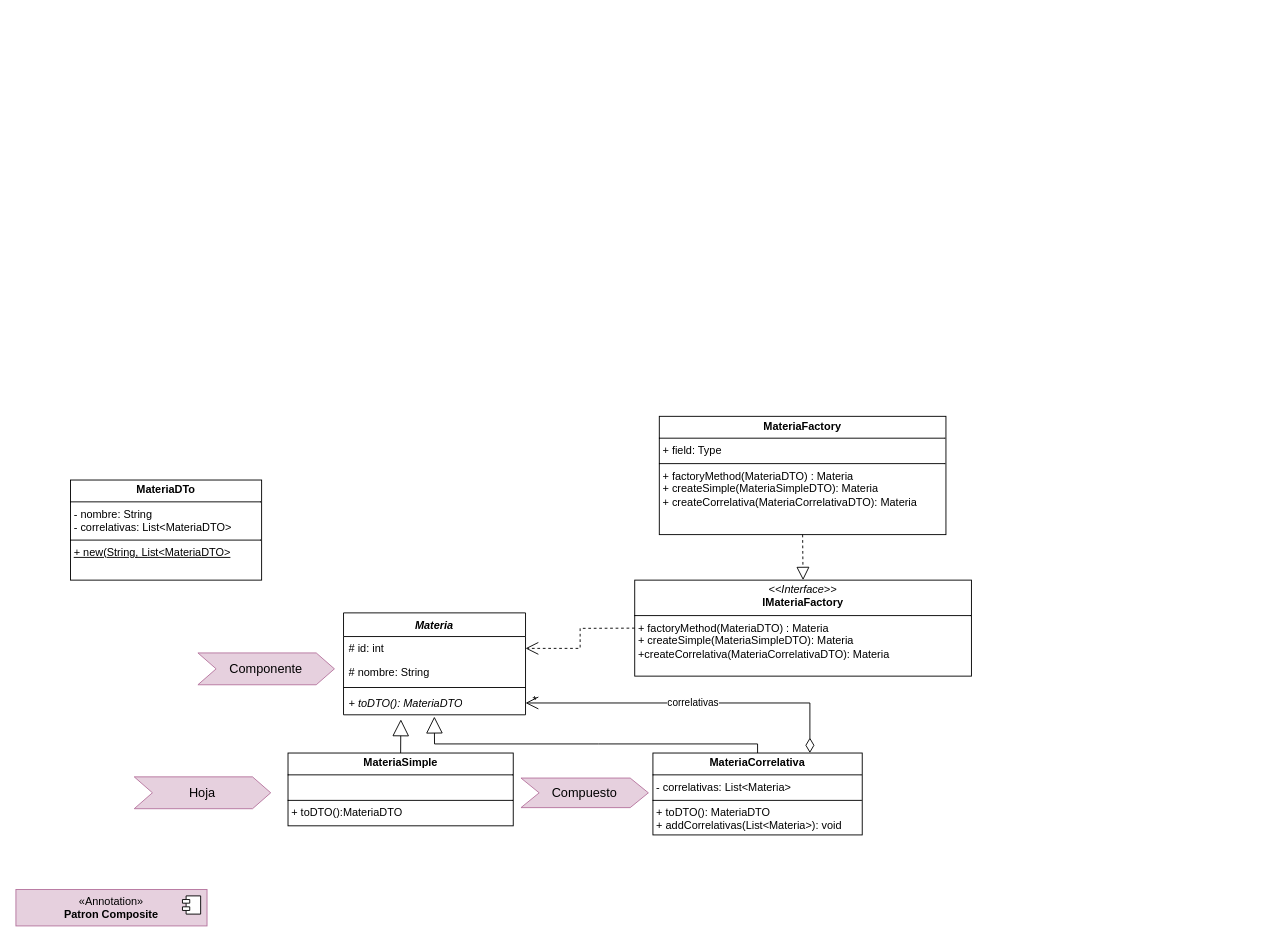
tomasmendoza-unq/Tempus keeps this draw.io diagram as Diagramas/Tempus-MER.drawio. Above is the earlier version. Source tidied: cells renumbered, new cells numbered last; positions are measured from the earlier drawing's top-left corner, leaving out a move shared by most shapes. Both pictures are drawn from the tidied source at 91%, with x=0, y=0 at pixel (15, 416).
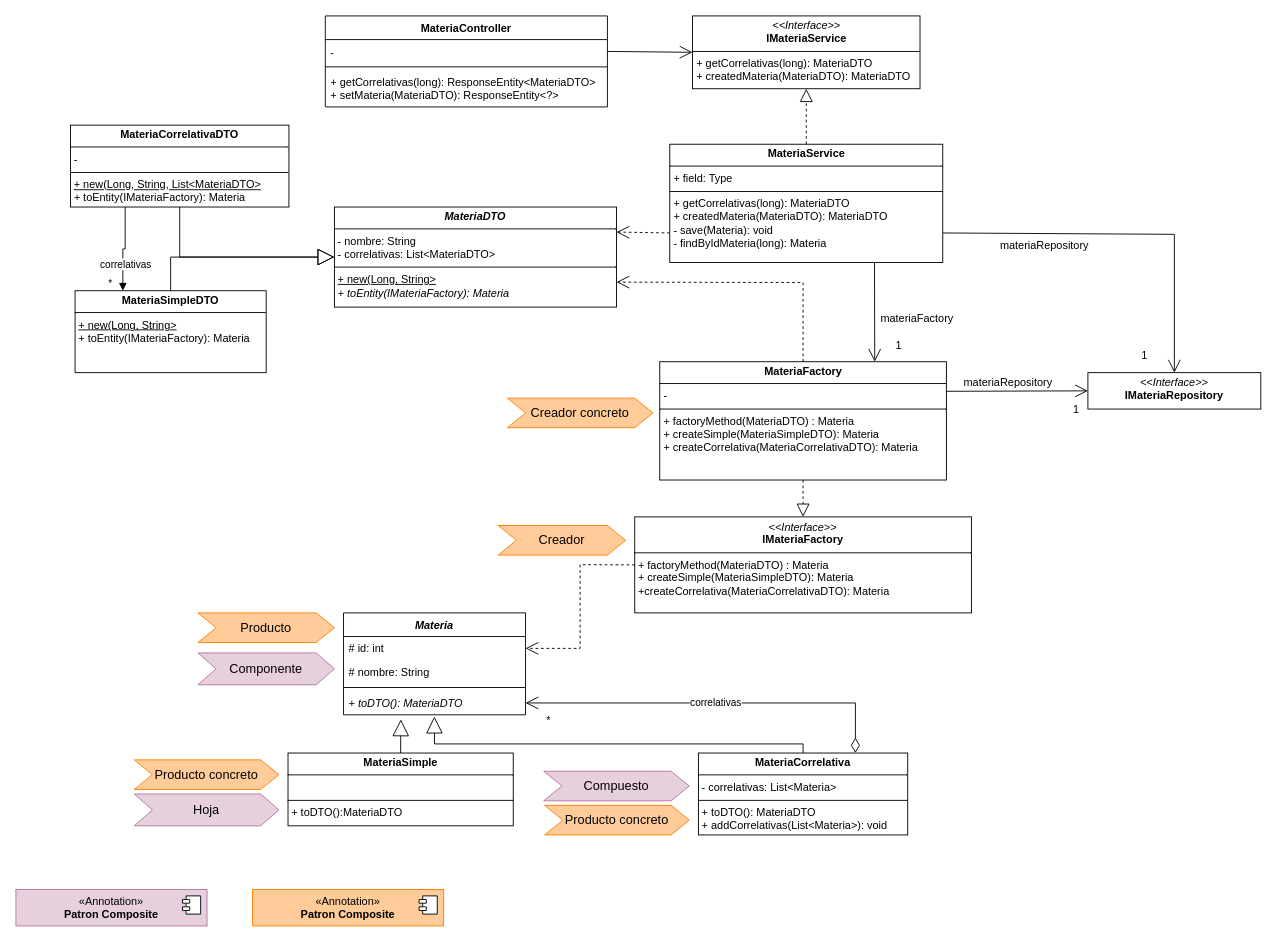
The same page after the edit.

Unchanged cells that the change refers to:
```xml
<mxCell id="12" value="# id: int" style="text;strokeColor=none;fillColor=none;align=left;verticalAlign=top;spacingLeft=4;spacingRight=4;overflow=hidden;points=[[0,0.5],[1,0.5]];portConstraint=eastwest;whiteSpace=wrap;html=1;" parent="11" vertex="1">
  <mxGeometry y="26" width="200" height="26" as="geometry" />
</mxCell>
<mxCell id="15" value="&lt;i&gt;+ toDTO(): MateriaDTO&lt;/i&gt;" style="text;strokeColor=none;fillColor=none;align=left;verticalAlign=top;spacingLeft=4;spacingRight=4;overflow=hidden;points=[[0,0.5],[1,0.5]];portConstraint=eastwest;whiteSpace=wrap;html=1;" parent="11" vertex="1">
  <mxGeometry y="86" width="200" height="26" as="geometry" />
</mxCell>
```

The edit, as a diff of the source:
```diff
@@
     <mxCell id="2" value="&lt;p style=&quot;margin:0px;margin-top:4px;text-align:center;&quot;&gt;&lt;b&gt;MateriaCorrelativa&lt;/b&gt;&lt;/p&gt;&lt;hr size=&quot;1&quot; style=&quot;border-style:solid;&quot;&gt;&lt;p style=&quot;margin:0px;margin-left:4px;&quot;&gt;- correlativas:&amp;nbsp;&lt;span style=&quot;background-color: transparent; color: light-dark(rgb(0, 0, 0), rgb(255, 255, 255));&quot;&gt;List&amp;lt;Materia&amp;gt;&lt;/span&gt;&lt;/p&gt;&lt;hr size=&quot;1&quot; style=&quot;border-style:solid;&quot;&gt;&lt;p style=&quot;margin:0px;margin-left:4px;&quot;&gt;+ toDTO(): MateriaDTO&lt;/p&gt;&lt;p style=&quot;margin:0px;margin-left:4px;&quot;&gt;+&amp;nbsp;addCorrelativas(List&amp;lt;Materia&amp;gt;): void&lt;/p&gt;" style="verticalAlign=top;align=left;overflow=fill;html=1;whiteSpace=wrap;" parent="1" vertex="1">
-      <mxGeometry x="700" y="370" width="230" height="90" as="geometry" />
+      <mxGeometry x="750" y="370" width="230" height="90" as="geometry" />
     </mxCell>
@@
     <mxCell id="5" value="*" style="text;html=1;align=center;verticalAlign=middle;strokeColor=none;fillColor=none;" parent="1" vertex="1">
-      <mxGeometry x="555" y="298" width="30" height="30" as="geometry" />
+      <mxGeometry x="570" y="320" width="30" height="30" as="geometry" />
     </mxCell>
@@
     <mxCell id="9" value="Hoja" style="html=1;shape=mxgraph.infographic.ribbonSimple;notch1=20;notch2=20;align=center;verticalAlign=middle;fontSize=14;fontStyle=0;fillColor=#E6D0DE;whiteSpace=wrap;strokeColor=#B5739D;" parent="1" vertex="1">
-      <mxGeometry x="130" y="396.2" width="150" height="35" as="geometry" />
+      <mxGeometry x="130" y="415" width="159" height="35" as="geometry" />
     </mxCell>
     <mxCell id="10" value="Compuesto" style="html=1;shape=mxgraph.infographic.ribbonSimple;notch1=20;notch2=20;align=center;verticalAlign=middle;fontSize=14;fontStyle=0;fillColor=#E6D0DE;whiteSpace=wrap;strokeColor=#B5739D;" parent="1" vertex="1">
-      <mxGeometry x="555" y="397.5" width="140" height="32.5" as="geometry" />
+      <mxGeometry x="580" y="390" width="160" height="32.5" as="geometry" />
     </mxCell>
@@
     <mxCell id="17" style="endArrow=block;endSize=16;endFill=0;html=1;rounded=0;exitX=0.5;exitY=0;exitDx=0;exitDy=0;entryX=0.499;entryY=1.075;entryDx=0;entryDy=0;entryPerimeter=0;" parent="1" edge="1" source="2" target="15">
       <mxGeometry relative="1" as="geometry">
         <Array as="points">
-          <mxPoint x="815" y="360" />
+          <mxPoint x="865" y="360" />
           <mxPoint x="640" y="360" />
           <mxPoint x="460" y="360" />
         </Array>
       </mxGeometry>
     </mxCell>
-    <mxCell id="18" value="&lt;p style=&quot;margin:0px;margin-top:4px;text-align:center;&quot;&gt;&lt;b&gt;MateriaDTo&lt;/b&gt;&lt;/p&gt;&lt;hr size=&quot;1&quot; style=&quot;border-style:solid;&quot;&gt;&lt;p style=&quot;margin:0px;margin-left:4px;&quot;&gt;- nombre: String&lt;/p&gt;&lt;p style=&quot;margin:0px;margin-left:4px;&quot;&gt;- correlativas: List&amp;lt;MateriaDTO&amp;gt;&lt;/p&gt;&lt;hr size=&quot;1&quot; style=&quot;border-style:solid;&quot;&gt;&lt;p style=&quot;margin:0px;margin-left:4px;&quot;&gt;&lt;u&gt;+ new(String, List&amp;lt;MateriaDTO&amp;gt;&lt;/u&gt;&lt;/p&gt;" style="verticalAlign=top;align=left;overflow=fill;html=1;whiteSpace=wrap;" parent="1" vertex="1">
-      <mxGeometry x="60" y="70" width="210" height="110" as="geometry" />
+    <mxCell id="18" value="&lt;p style=&quot;margin:0px;margin-top:4px;text-align:center;&quot;&gt;&lt;b&gt;&lt;i&gt;MateriaDTO&lt;/i&gt;&lt;/b&gt;&lt;/p&gt;&lt;hr size=&quot;1&quot; style=&quot;border-style:solid;&quot;&gt;&lt;p style=&quot;margin:0px;margin-left:4px;&quot;&gt;- nombre: String&lt;/p&gt;&lt;p style=&quot;margin:0px;margin-left:4px;&quot;&gt;- correlativas: List&amp;lt;MateriaDTO&amp;gt;&lt;/p&gt;&lt;hr size=&quot;1&quot; style=&quot;border-style:solid;&quot;&gt;&lt;p style=&quot;margin:0px;margin-left:4px;&quot;&gt;&lt;u&gt;+ new(Long, String&amp;gt;&lt;/u&gt;&lt;/p&gt;&lt;p style=&quot;margin:0px;margin-left:4px;&quot;&gt;&lt;i&gt;+&amp;nbsp;&lt;span style=&quot;background-color: transparent;&quot;&gt;toEntity(IMateriaFactory): Materia&lt;/span&gt;&lt;/i&gt;&lt;/p&gt;" style="verticalAlign=top;align=left;overflow=fill;html=1;whiteSpace=wrap;" parent="1" vertex="1">
+      <mxGeometry x="350" y="-230" width="310" height="110" as="geometry" />
     </mxCell>
     <mxCell id="19" value="&lt;p style=&quot;margin:0px;margin-top:4px;text-align:center;&quot;&gt;&lt;i&gt;&amp;lt;&amp;lt;Interface&amp;gt;&amp;gt;&lt;/i&gt;&lt;br&gt;&lt;b&gt;IMateriaFactory&lt;/b&gt;&lt;/p&gt;&lt;hr size=&quot;1&quot; style=&quot;border-style:solid;&quot;&gt;&lt;p style=&quot;margin:0px;margin-left:4px;&quot;&gt;+ factoryMethod(MateriaDTO) : Materia&lt;/p&gt;&lt;p style=&quot;margin:0px;margin-left:4px;&quot;&gt;+ createSimple(MateriaSimpleDTO):&amp;nbsp;Materia&lt;/p&gt;&lt;p style=&quot;margin:0px;margin-left:4px;&quot;&gt;+createCorrelativa(MateriaCorrelativaDTO): Materia&lt;/p&gt;" style="verticalAlign=top;align=left;overflow=fill;html=1;whiteSpace=wrap;" parent="1" vertex="1">
-      <mxGeometry x="680" y="180" width="370" height="105.5" as="geometry" />
+      <mxGeometry x="680" y="110.5" width="370" height="105.5" as="geometry" />
     </mxCell>
     <mxCell id="20" style="endArrow=open;endSize=12;dashed=1;html=1;rounded=0;exitX=0;exitY=0.5;exitDx=0;exitDy=0;entryX=1;entryY=0.5;entryDx=0;entryDy=0;" parent="1" edge="1" source="19" target="12">
       <mxGeometry relative="1" as="geometry">
         <Array as="points">
+          <mxPoint x="620" y="163" />
           <mxPoint x="620" y="233" />
           <mxPoint x="620" y="255" />
         </Array>
       </mxGeometry>
     </mxCell>
-    <mxCell id="21" value="&lt;p style=&quot;margin:0px;margin-top:4px;text-align:center;&quot;&gt;&lt;b&gt;MateriaFactory&lt;/b&gt;&lt;/p&gt;&lt;hr size=&quot;1&quot; style=&quot;border-style:solid;&quot;&gt;&lt;p style=&quot;margin:0px;margin-left:4px;&quot;&gt;+ field: Type&lt;/p&gt;&lt;hr size=&quot;1&quot; style=&quot;border-style:solid;&quot;&gt;&lt;p style=&quot;margin:0px;margin-left:4px;&quot;&gt;+ &lt;span style=&quot;background-color: transparent; color: light-dark(rgb(0, 0, 0), rgb(255, 255, 255));&quot;&gt;factoryMethod(MateriaDTO) : Materia&lt;/span&gt;&lt;/p&gt;&lt;p style=&quot;margin: 0px 0px 0px 4px;&quot;&gt;+ createSimple(MateriaSimpleDTO):&amp;nbsp;Materia&lt;/p&gt;&lt;p style=&quot;margin: 0px 0px 0px 4px;&quot;&gt;+ createCorrelativa(MateriaCorrelativaDTO): Materia&lt;/p&gt;" style="verticalAlign=top;align=left;overflow=fill;html=1;whiteSpace=wrap;" parent="1" vertex="1">
-      <mxGeometry x="707" width="315" height="130" as="geometry" />
+    <mxCell id="21" value="&lt;p style=&quot;margin:0px;margin-top:4px;text-align:center;&quot;&gt;&lt;b&gt;MateriaFactory&lt;/b&gt;&lt;/p&gt;&lt;hr size=&quot;1&quot; style=&quot;border-style:solid;&quot;&gt;&lt;p style=&quot;margin:0px;margin-left:4px;&quot;&gt;-&lt;/p&gt;&lt;hr size=&quot;1&quot; style=&quot;border-style:solid;&quot;&gt;&lt;p style=&quot;margin:0px;margin-left:4px;&quot;&gt;+ &lt;span style=&quot;background-color: transparent; color: light-dark(rgb(0, 0, 0), rgb(255, 255, 255));&quot;&gt;factoryMethod(MateriaDTO) : Materia&lt;/span&gt;&lt;/p&gt;&lt;p style=&quot;margin: 0px 0px 0px 4px;&quot;&gt;+ createSimple(MateriaSimpleDTO):&amp;nbsp;Materia&lt;/p&gt;&lt;p style=&quot;margin: 0px 0px 0px 4px;&quot;&gt;+ createCorrelativa(MateriaCorrelativaDTO): Materia&lt;/p&gt;" style="verticalAlign=top;align=left;overflow=fill;html=1;whiteSpace=wrap;" parent="1" vertex="1">
+      <mxGeometry x="707.5" y="-60" width="315" height="130" as="geometry" />
     </mxCell>
@@
+    <mxCell id="23" value="«Annotation»&lt;br&gt;&lt;b&gt;Patron Composite&lt;/b&gt;" style="html=1;whiteSpace=wrap;fillColor=#FFCC99;strokeColor=#FF8000;" parent="1" vertex="1">
+      <mxGeometry x="260" y="520" width="210" height="40" as="geometry" />
+    </mxCell>
+    <mxCell id="24" style="shape=module;jettyWidth=8;jettyHeight=4;" parent="23" vertex="1">
+      <mxGeometry x="1" width="20" height="20" relative="1" as="geometry">
+        <mxPoint x="-27" y="7" as="offset" />
+      </mxGeometry>
+    </mxCell>
+    <mxCell id="25" value="Creador" style="html=1;shape=mxgraph.infographic.ribbonSimple;notch1=20;notch2=20;align=center;verticalAlign=middle;fontSize=14;fontStyle=0;fillColor=#FFCC99;whiteSpace=wrap;strokeColor=#FF8000;" parent="1" vertex="1">
+      <mxGeometry x="530" y="120" width="140" height="32.5" as="geometry" />
+    </mxCell>
+    <mxCell id="26" value="Creador concreto" style="html=1;shape=mxgraph.infographic.ribbonSimple;notch1=20;notch2=20;align=center;verticalAlign=middle;fontSize=14;fontStyle=0;fillColor=#FFCC99;whiteSpace=wrap;strokeColor=#FF8000;" parent="1" vertex="1">
+      <mxGeometry x="540" y="-20" width="160" height="32.5" as="geometry" />
+    </mxCell>
+    <mxCell id="27" value="Producto" style="html=1;shape=mxgraph.infographic.ribbonSimple;notch1=20;notch2=20;align=center;verticalAlign=middle;fontSize=14;fontStyle=0;fillColor=#FFCC99;whiteSpace=wrap;strokeColor=#FF8000;" parent="1" vertex="1">
+      <mxGeometry x="200" y="216" width="150" height="32.5" as="geometry" />
+    </mxCell>
+    <mxCell id="28" value="Producto concreto" style="html=1;shape=mxgraph.infographic.ribbonSimple;notch1=20;notch2=20;align=center;verticalAlign=middle;fontSize=14;fontStyle=0;fillColor=#FFCC99;whiteSpace=wrap;strokeColor=#FF8000;" parent="1" vertex="1">
+      <mxGeometry x="130" y="377.5" width="159" height="32.5" as="geometry" />
+    </mxCell>
+    <mxCell id="29" value="Producto concreto" style="html=1;shape=mxgraph.infographic.ribbonSimple;notch1=20;notch2=20;align=center;verticalAlign=middle;fontSize=14;fontStyle=0;fillColor=#FFCC99;whiteSpace=wrap;strokeColor=#FF8000;" parent="1" vertex="1">
+      <mxGeometry x="581" y="427.5" width="159" height="32.5" as="geometry" />
+    </mxCell>
+    <mxCell id="30" value="&lt;p style=&quot;margin:0px;margin-top:4px;text-align:center;&quot;&gt;&lt;i&gt;&amp;lt;&amp;lt;Interface&amp;gt;&amp;gt;&lt;/i&gt;&lt;br&gt;&lt;b&gt;IMateriaRepository&lt;/b&gt;&lt;/p&gt;&lt;p style=&quot;margin:0px;margin-left:4px;&quot;&gt;&lt;br&gt;&lt;/p&gt;" style="verticalAlign=top;align=left;overflow=fill;html=1;whiteSpace=wrap;" parent="1" vertex="1">
+      <mxGeometry x="1178" y="-48" width="190" height="40" as="geometry" />
+    </mxCell>
+    <mxCell id="31" style="endArrow=open;endFill=1;endSize=12;html=1;rounded=0;exitX=1;exitY=0.25;exitDx=0;exitDy=0;entryX=0;entryY=0.5;entryDx=0;entryDy=0;" parent="1" edge="1" source="21" target="30">
+      <mxGeometry relative="1" as="geometry" />
+    </mxCell>
+    <mxCell id="32" value="1" style="text;html=1;align=center;verticalAlign=middle;strokeColor=none;fillColor=none;" parent="1" vertex="1">
+      <mxGeometry x="1150" y="-22" width="30" height="30" as="geometry" />
+    </mxCell>
+    <mxCell id="33" value="materiaRepository" style="text;html=1;align=center;verticalAlign=middle;strokeColor=none;fillColor=none;" parent="1" vertex="1">
+      <mxGeometry x="1030" y="-52" width="120" height="30" as="geometry" />
+    </mxCell>
+    <mxCell id="34" value="&lt;p style=&quot;margin:0px;margin-top:4px;text-align:center;&quot;&gt;&lt;i&gt;&amp;lt;&amp;lt;Interface&amp;gt;&amp;gt;&lt;/i&gt;&lt;br&gt;&lt;b&gt;IMateriaService&lt;/b&gt;&lt;/p&gt;&lt;hr size=&quot;1&quot; style=&quot;border-style:solid;&quot;&gt;&lt;p style=&quot;margin:0px;margin-left:4px;&quot;&gt;+ getCorrelativas(long):&amp;nbsp;MateriaDTO&lt;/p&gt;&lt;p style=&quot;margin:0px;margin-left:4px;&quot;&gt;+&amp;nbsp;createdMateria(MateriaDTO):&amp;nbsp;MateriaDTO&lt;/p&gt;" style="verticalAlign=top;align=left;overflow=fill;html=1;whiteSpace=wrap;" parent="1" vertex="1">
+      <mxGeometry x="743.5" y="-440" width="250" height="80" as="geometry" />
+    </mxCell>
+    <mxCell id="35" style="endArrow=open;endSize=12;dashed=1;html=1;rounded=0;exitX=0.5;exitY=0;exitDx=0;exitDy=0;entryX=1;entryY=0.75;entryDx=0;entryDy=0;" parent="1" edge="1" source="21" target="18">
+      <mxGeometry relative="1" as="geometry">
+        <Array as="points">
+          <mxPoint x="865" y="-90" />
+          <mxPoint x="865" y="-147" />
+        </Array>
+      </mxGeometry>
+    </mxCell>
+    <mxCell id="36" value="&lt;p style=&quot;margin:0px;margin-top:4px;text-align:center;&quot;&gt;&lt;b&gt;MateriaService&lt;/b&gt;&lt;/p&gt;&lt;hr size=&quot;1&quot; style=&quot;border-style:solid;&quot;&gt;&lt;p style=&quot;margin:0px;margin-left:4px;&quot;&gt;+ field: Type&lt;/p&gt;&lt;hr size=&quot;1&quot; style=&quot;border-style:solid;&quot;&gt;&lt;p style=&quot;margin: 0px 0px 0px 4px;&quot;&gt;+ getCorrelativas(long):&amp;nbsp;MateriaDTO&lt;/p&gt;&lt;p style=&quot;margin: 0px 0px 0px 4px;&quot;&gt;+&amp;nbsp;createdMateria(MateriaDTO):&amp;nbsp;MateriaDTO&lt;/p&gt;&lt;p style=&quot;margin: 0px 0px 0px 4px;&quot;&gt;- save(Materia): void&lt;/p&gt;&lt;p style=&quot;margin: 0px 0px 0px 4px;&quot;&gt;- findByIdMateria(long):&amp;nbsp;&lt;span style=&quot;background-color: transparent; color: light-dark(rgb(0, 0, 0), rgb(255, 255, 255));&quot;&gt;Materia&lt;/span&gt;&lt;span style=&quot;background-color: transparent; color: light-dark(rgb(0, 0, 0), rgb(255, 255, 255));&quot;&gt;&amp;nbsp;&lt;/span&gt;&lt;/p&gt;" style="verticalAlign=top;align=left;overflow=fill;html=1;whiteSpace=wrap;" parent="1" vertex="1">
+      <mxGeometry x="718.5" y="-299" width="300" height="130" as="geometry" />
+    </mxCell>
+    <mxCell id="37" style="endArrow=open;endFill=1;endSize=12;html=1;rounded=0;exitX=0.75;exitY=1;exitDx=0;exitDy=0;entryX=0.75;entryY=0;entryDx=0;entryDy=0;" parent="1" edge="1" source="36" target="21">
+      <mxGeometry relative="1" as="geometry" />
+    </mxCell>
+    <mxCell id="38" value="1" style="text;html=1;align=center;verticalAlign=middle;strokeColor=none;fillColor=none;" parent="1" vertex="1">
+      <mxGeometry x="955" y="-92" width="30" height="30" as="geometry" />
+    </mxCell>
+    <mxCell id="39" value="materiaFactory" style="text;html=1;align=center;verticalAlign=middle;strokeColor=none;fillColor=none;" parent="1" vertex="1">
+      <mxGeometry x="940" y="-122" width="100" height="30" as="geometry" />
+    </mxCell>
+    <mxCell id="40" style="endArrow=open;endSize=12;dashed=1;html=1;rounded=0;exitX=0;exitY=0.75;exitDx=0;exitDy=0;entryX=1;entryY=0.25;entryDx=0;entryDy=0;" parent="1" edge="1" source="36" target="18">
+      <mxGeometry relative="1" as="geometry" />
+    </mxCell>
+    <mxCell id="41" style="endArrow=open;endFill=1;endSize=12;html=1;rounded=0;exitX=1;exitY=0.75;exitDx=0;exitDy=0;entryX=0.5;entryY=0;entryDx=0;entryDy=0;" parent="1" edge="1" source="36" target="30">
+      <mxGeometry relative="1" as="geometry">
+        <Array as="points">
+          <mxPoint x="1273" y="-200" />
+        </Array>
+      </mxGeometry>
+    </mxCell>
+    <mxCell id="42" value="1" style="text;html=1;align=center;verticalAlign=middle;strokeColor=none;fillColor=none;" parent="1" vertex="1">
+      <mxGeometry x="1225" y="-82" width="30" height="30" as="geometry" />
+    </mxCell>
+    <mxCell id="43" value="materiaRepository" style="text;html=1;align=center;verticalAlign=middle;strokeColor=none;fillColor=none;" parent="1" vertex="1">
+      <mxGeometry x="1070" y="-202" width="120" height="30" as="geometry" />
+    </mxCell>
+    <mxCell id="44" style="endArrow=block;dashed=1;endFill=0;endSize=12;html=1;rounded=0;exitX=0.5;exitY=0;exitDx=0;exitDy=0;entryX=0.5;entryY=1;entryDx=0;entryDy=0;" parent="1" edge="1" source="36" target="34">
+      <mxGeometry relative="1" as="geometry" />
+    </mxCell>
+    <mxCell id="45" value="&lt;p style=&quot;margin:0px;margin-top:4px;text-align:center;&quot;&gt;&lt;b&gt;MateriaCorrelativaDTO&lt;/b&gt;&lt;/p&gt;&lt;hr size=&quot;1&quot; style=&quot;border-style:solid;&quot;&gt;&lt;p style=&quot;margin:0px;margin-left:4px;&quot;&gt;-&amp;nbsp;&lt;/p&gt;&lt;hr size=&quot;1&quot; style=&quot;border-style:solid;&quot;&gt;&lt;p style=&quot;margin:0px;margin-left:4px;&quot;&gt;&lt;u&gt;+ new(Long, String, List&amp;lt;MateriaDTO&amp;gt;&lt;/u&gt;&lt;/p&gt;&lt;p style=&quot;margin:0px;margin-left:4px;&quot;&gt;&lt;i&gt;+&amp;nbsp;&lt;/i&gt;&lt;span style=&quot;background-color: transparent;&quot;&gt;toEntity(IMateriaFactory): Materia&lt;/span&gt;&lt;/p&gt;" style="verticalAlign=top;align=left;overflow=fill;html=1;whiteSpace=wrap;" parent="1" vertex="1">
+      <mxGeometry x="60" y="-320" width="240" height="90" as="geometry" />
+    </mxCell>
+    <mxCell id="46" value="&lt;p style=&quot;margin:0px;margin-top:4px;text-align:center;&quot;&gt;&lt;b&gt;MateriaSimpleDTO&lt;/b&gt;&lt;/p&gt;&lt;hr size=&quot;1&quot; style=&quot;border-style:solid;&quot;&gt;&lt;p style=&quot;margin: 0px 0px 0px 4px;&quot;&gt;&lt;u&gt;+ new(Long, String&amp;gt;&lt;/u&gt;&lt;/p&gt;&lt;p style=&quot;margin: 0px 0px 0px 4px;&quot;&gt;+&amp;nbsp;&lt;span style=&quot;background-color: transparent;&quot;&gt;toEntity(IMateriaFactory): Materia&lt;/span&gt;&lt;u&gt;&lt;/u&gt;&lt;/p&gt;&lt;div&gt;&lt;u&gt;&lt;br&gt;&lt;/u&gt;&lt;/div&gt;" style="verticalAlign=top;align=left;overflow=fill;html=1;whiteSpace=wrap;" parent="1" vertex="1">
+      <mxGeometry x="65" y="-138" width="210" height="90" as="geometry" />
+    </mxCell>
+    <mxCell id="47" value="correlativas" style="endArrow=block;endFill=1;html=1;edgeStyle=orthogonalEdgeStyle;align=left;verticalAlign=top;rounded=0;exitX=0.25;exitY=1;exitDx=0;exitDy=0;entryX=0.25;entryY=0;entryDx=0;entryDy=0;" parent="1" edge="1" source="45" target="46">
+      <mxGeometry x="0.11" y="-27" relative="1" as="geometry" />
+    </mxCell>
+    <mxCell id="48" value="*" style="edgeLabel;html=1;align=left;verticalAlign=bottom;" parent="47" vertex="1">
+      <mxGeometry x="-1" relative="1" as="geometry">
+        <mxPoint x="-20" y="92" as="offset" />
+      </mxGeometry>
+    </mxCell>
+    <mxCell id="49" style="endArrow=block;endSize=16;endFill=0;html=1;rounded=0;exitX=0.5;exitY=1;exitDx=0;exitDy=0;entryX=0;entryY=0.5;entryDx=0;entryDy=0;" parent="1" edge="1" source="45" target="18">
+      <mxGeometry relative="1" as="geometry">
+        <Array as="points">
+          <mxPoint x="180" y="-175" />
+        </Array>
+      </mxGeometry>
+    </mxCell>
+    <mxCell id="50" style="endArrow=block;endSize=16;endFill=0;html=1;rounded=0;exitX=0.5;exitY=0;exitDx=0;exitDy=0;entryX=0;entryY=0.5;entryDx=0;entryDy=0;" parent="1" edge="1" source="46" target="18">
+      <mxGeometry relative="1" as="geometry">
+        <Array as="points">
+          <mxPoint x="170" y="-175" />
+        </Array>
+      </mxGeometry>
+    </mxCell>
+    <mxCell id="51" value="MateriaController" style="swimlane;fontStyle=1;align=center;verticalAlign=top;horizontal=1;startSize=26;whiteSpace=wrap;html=1;" parent="1" vertex="1">
+      <mxGeometry x="340" y="-440" width="310" height="100" as="geometry" />
+    </mxCell>
+    <mxCell id="52" value="-" style="text;strokeColor=none;fillColor=none;align=left;verticalAlign=top;spacingLeft=4;spacingRight=4;overflow=hidden;points=[[0,0.5],[1,0.5]];portConstraint=eastwest;whiteSpace=wrap;html=1;" parent="51" vertex="1">
+      <mxGeometry y="26" width="310" height="26" as="geometry" />
+    </mxCell>
+    <mxCell id="53" style="line;strokeWidth=1;fillColor=none;align=left;verticalAlign=middle;spacingTop=-1;spacingLeft=3;spacingRight=3;labelPosition=right;strokeColor=inherit;" parent="51" vertex="1">
+      <mxGeometry y="52" width="310" height="8" as="geometry" />
+    </mxCell>
+    <mxCell id="54" value="+ getCorrelativas(long): ResponseEntity&amp;lt;MateriaDTO&amp;gt;&lt;div&gt;+ setMateria(MateriaDTO):&amp;nbsp;&lt;span style=&quot;background-color: transparent; color: light-dark(rgb(0, 0, 0), rgb(255, 255, 255));&quot;&gt;ResponseEntity&amp;lt;?&amp;gt;&lt;/span&gt;&lt;/div&gt;" style="text;strokeColor=none;fillColor=none;align=left;verticalAlign=top;spacingLeft=4;spacingRight=4;overflow=hidden;whiteSpace=wrap;html=1;" parent="51" vertex="1">
+      <mxGeometry y="60" width="310" height="40" as="geometry" />
+    </mxCell>
+    <mxCell id="55" style="endArrow=open;endFill=1;endSize=12;html=1;rounded=0;exitX=1;exitY=0.5;exitDx=0;exitDy=0;entryX=0;entryY=0.5;entryDx=0;entryDy=0;" parent="1" edge="1" source="52" target="34">
+      <mxGeometry relative="1" as="geometry" />
+    </mxCell>
```
